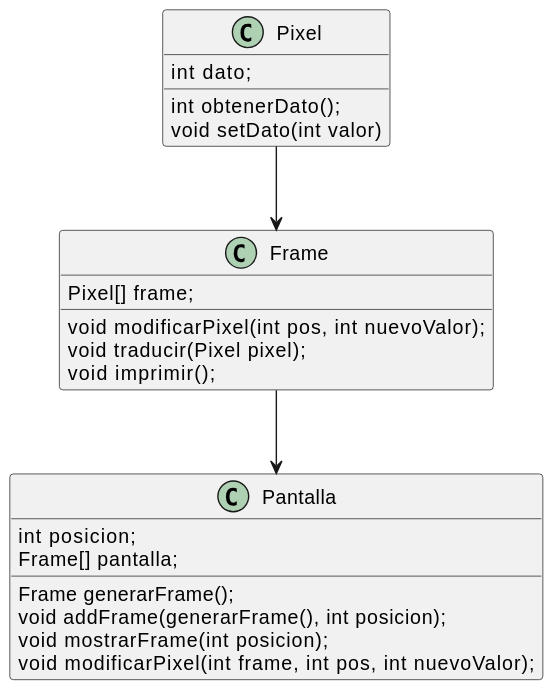
mmasias/24-25-EDA2 keeps this PlantUML diagram as entregas/deCosSaul/entrega-000/uml/diagrama.svg. Above is the earlier version.
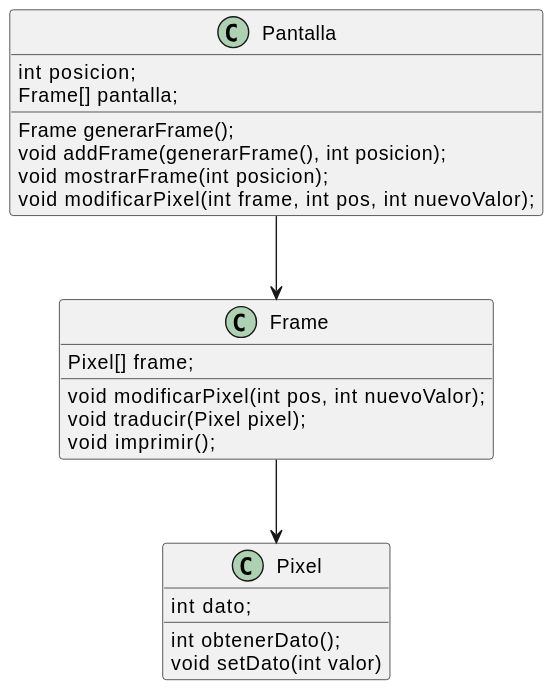
Later version of the same file.

Commit message:
diagrama arreglado

What changed in the source:
```diff
@@ -21,6 +21,6 @@
   void modificarPixel(int frame, int pos, int nuevoValor);
 }
 
-Pixel --> Frame
-Frame --> Pantalla
+Pantalla --> Frame
+Frame --> Pixel
 @enduml
```
